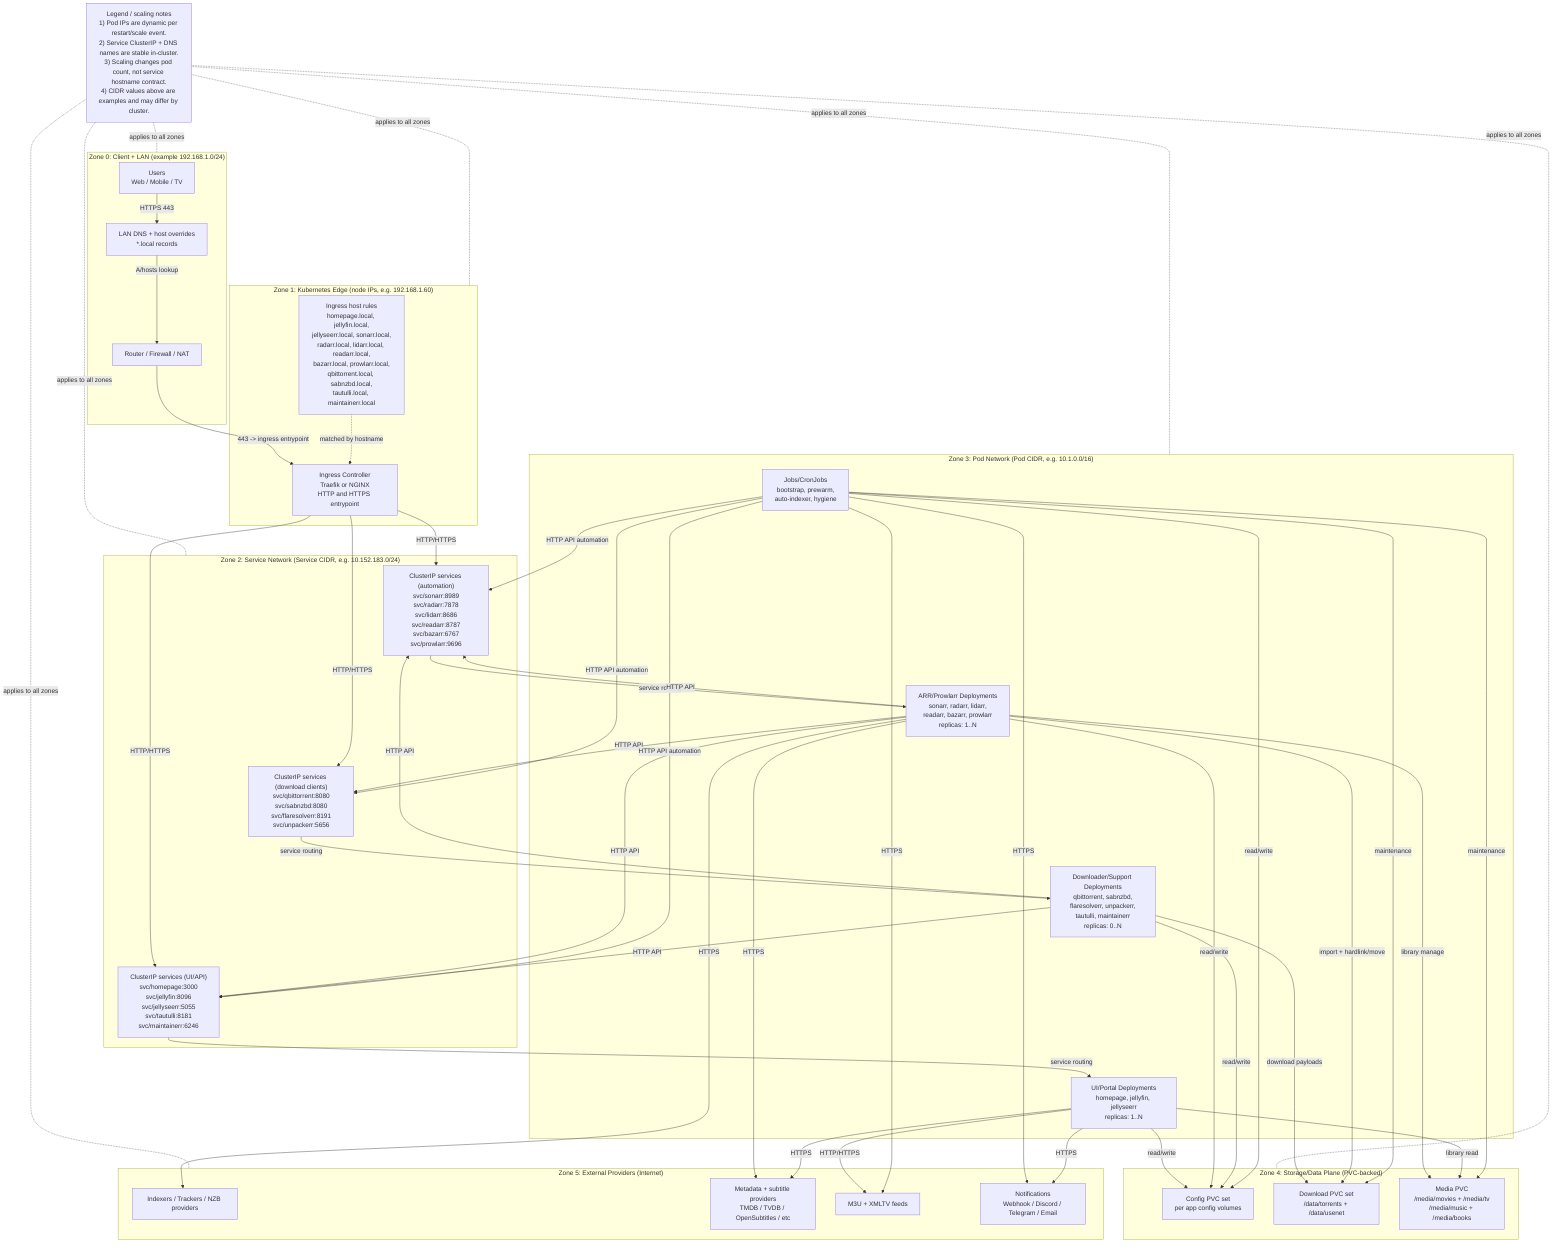
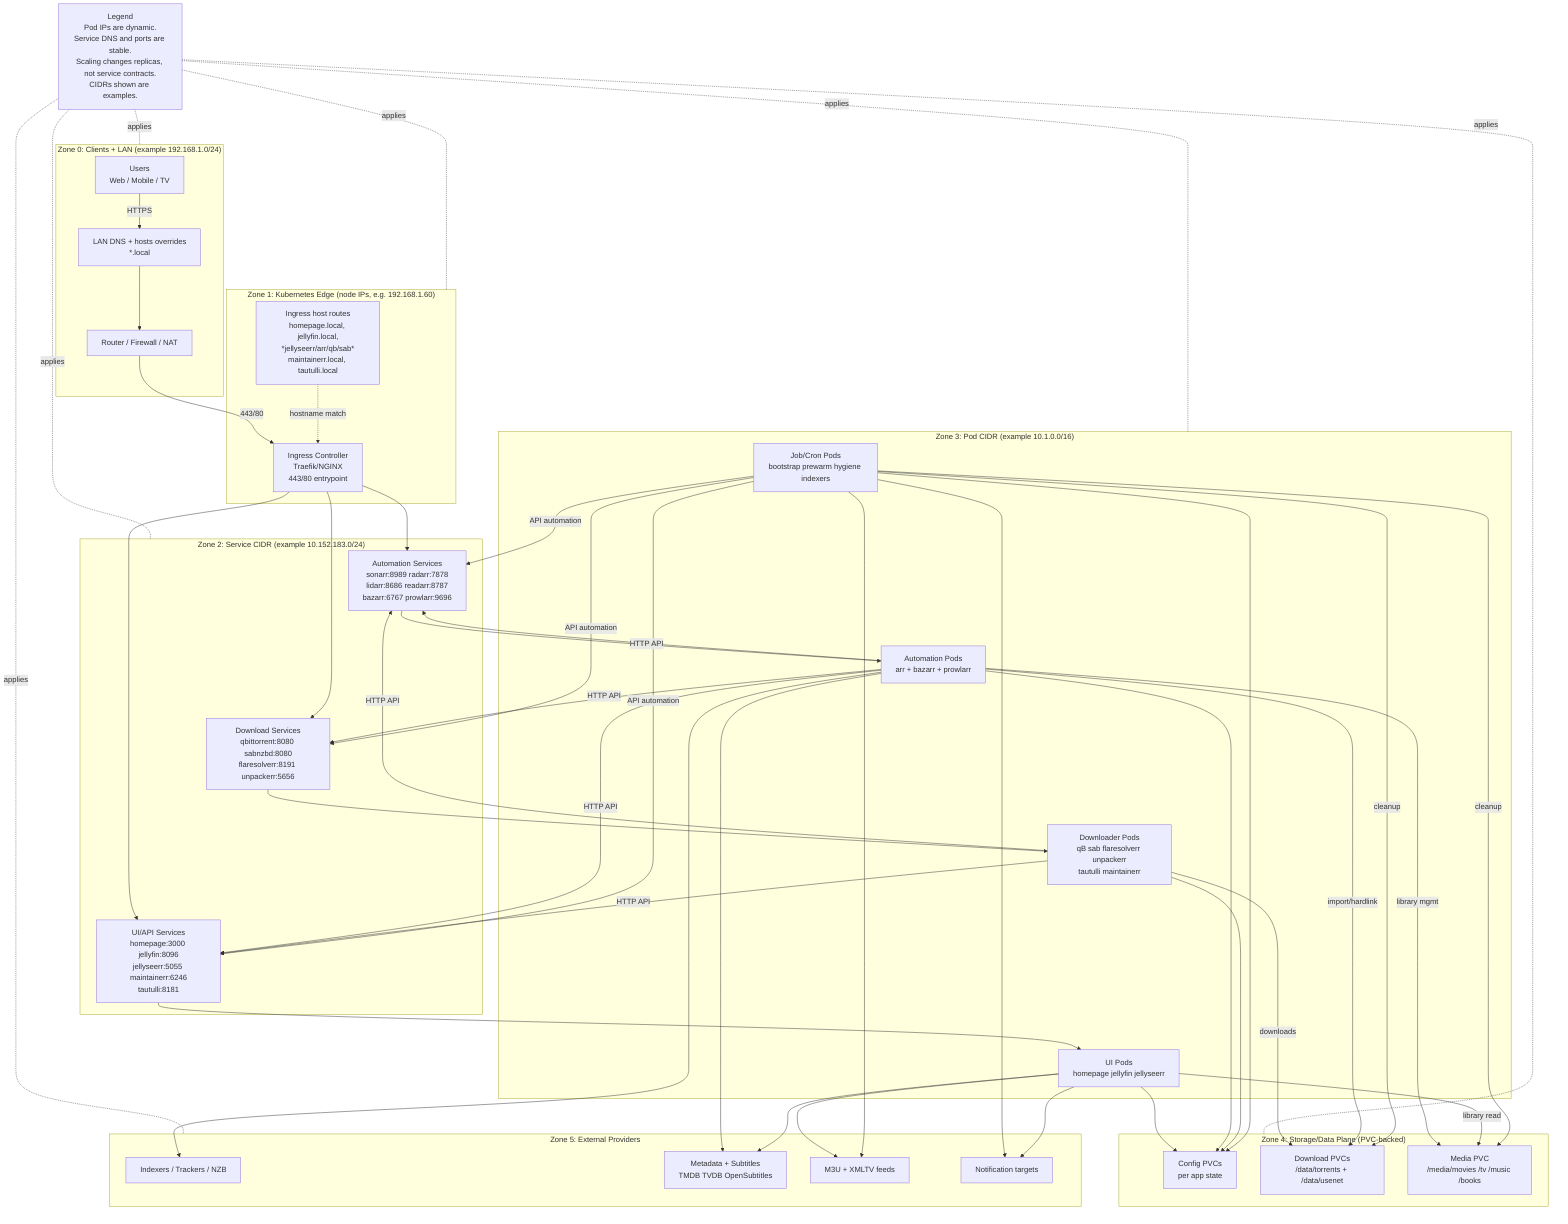
- flowchart TB
-   subgraph Z0["Zone 0: Client + LAN (example 192.168.1.0/24)"]
+ flowchart TD
+   subgraph Z0["Zone 0: Clients + LAN (example 192.168.1.0/24)"]
    U["Users\nWeb / Mobile / TV"]
-     DNS["LAN DNS + host overrides\n*.local records"]
+     DNS["LAN DNS + hosts overrides\n*.local"]
    FW["Router / Firewall / NAT"]
  end

  subgraph Z1["Zone 1: Kubernetes Edge (node IPs, e.g. 192.168.1.60)"]
-     INGR["Ingress Controller\nTraefik or NGINX\nHTTP and HTTPS entrypoint"]
-     HOSTS["Ingress host rules\nhomepage.local, jellyfin.local,\njellyseerr.local, sonarr.local,\nradarr.local, lidarr.local, readarr.local,\nbazarr.local, prowlarr.local,\nqbittorrent.local, sabnzbd.local,\ntautulli.local, maintainerr.local"]
+     INGR["Ingress Controller\nTraefik/NGINX\n443/80 entrypoint"]
+     HOSTS["Ingress host routes\nhomepage.local, jellyfin.local,\n*jellyseerr/arr/qb/sab*\nmaintainerr.local, tautulli.local"]
  end

-   subgraph Z2["Zone 2: Service Network (Service CIDR, e.g. 10.152.183.0/24)"]
-     S_UI["ClusterIP services (UI/API)\nsvc/homepage:3000\nsvc/jellyfin:8096\nsvc/jellyseerr:5055\nsvc/tautulli:8181\nsvc/maintainerr:6246"]
-     S_STACK["ClusterIP services (automation)\nsvc/sonarr:8989\nsvc/radarr:7878\nsvc/lidarr:8686\nsvc/readarr:8787\nsvc/bazarr:6767\nsvc/prowlarr:9696"]
-     S_DL["ClusterIP services (download clients)\nsvc/qbittorrent:8080\nsvc/sabnzbd:8080\nsvc/flaresolverr:8191\nsvc/unpackerr:5656"]
+   subgraph Z2["Zone 2: Service CIDR (example 10.152.183.0/24)"]
+     S_UI["UI/API Services\nhomepage:3000 jellyfin:8096\njellyseerr:5055 maintainerr:6246\ntautulli:8181"]
+     S_AUT["Automation Services\nsonarr:8989 radarr:7878\nlidarr:8686 readarr:8787\nbazarr:6767 prowlarr:9696"]
+     S_DL["Download Services\nqbittorrent:8080 sabnzbd:8080\nflaresolverr:8191 unpackerr:5656"]
  end

-   subgraph Z3["Zone 3: Pod Network (Pod CIDR, e.g. 10.1.0.0/16)"]
-     P_UI["UI/Portal Deployments\nhomepage, jellyfin, jellyseerr\nreplicas: 1..N"]
-     P_ARR["ARR/Prowlarr Deployments\nsonarr, radarr, lidarr,\nreadarr, bazarr, prowlarr\nreplicas: 1..N"]
-     P_DL["Downloader/Support Deployments\nqbittorrent, sabnzbd,\nflaresolverr, unpackerr,\ntautulli, maintainerr\nreplicas: 0..N"]
-     P_JOB["Jobs/CronJobs\nbootstrap, prewarm,\nauto-indexer, hygiene"]
+   subgraph Z3["Zone 3: Pod CIDR (example 10.1.0.0/16)"]
+     P_UI["UI Pods\nhomepage jellyfin jellyseerr"]
+     P_AUT["Automation Pods\narr + bazarr + prowlarr"]
+     P_DL["Downloader Pods\nqB sab flaresolverr unpackerr\ntautulli maintainerr"]
+     P_JOB["Job/Cron Pods\nbootstrap prewarm hygiene indexers"]
  end

  subgraph Z4["Zone 4: Storage/Data Plane (PVC-backed)"]
-     PVC_CFG["Config PVC set\nper app config volumes"]
-     PVC_DATA["Download PVC set\n/data/torrents + /data/usenet"]
-     PVC_MEDIA["Media PVC\n/media/movies + /media/tv\n/media/music + /media/books"]
+     PVC_CFG["Config PVCs\nper app state"]
+     PVC_DATA["Download PVCs\n/data/torrents + /data/usenet"]
+     PVC_MEDIA["Media PVC\n/media/movies /tv /music /books"]
  end

-   subgraph Z5["Zone 5: External Providers (Internet)"]
-     IDX["Indexers / Trackers / NZB providers"]
-     META["Metadata + subtitle providers\nTMDB / TVDB / OpenSubtitles / etc"]
+   subgraph Z5["Zone 5: External Providers"]
+     IDX["Indexers / Trackers / NZB"]
+     META["Metadata + Subtitles\nTMDB TVDB OpenSubtitles"]
    IPTV["M3U + XMLTV feeds"]
-     NTFY["Notifications\nWebhook / Discord / Telegram / Email"]
+     NTFY["Notification targets"]
  end

-   NOTE["Legend / scaling notes\n1) Pod IPs are dynamic per restart/scale event.\n2) Service ClusterIP + DNS names are stable in-cluster.\n3) Scaling changes pod count, not service hostname contract.\n4) CIDR values above are examples and may differ by cluster."]
+   LEG["Legend\nPod IPs are dynamic.\nService DNS and ports are stable.\nScaling changes replicas, not service contracts.\nCIDRs shown are examples."]

-   U -->|HTTPS 443| DNS
-   DNS -->|A/hosts lookup| FW
-   FW -->|443 -> ingress entrypoint| INGR
-   HOSTS -. matched by hostname .-> INGR
+   U -->|HTTPS| DNS --> FW -->|443/80| INGR
+   HOSTS -. hostname match .-> INGR

-   INGR -->|HTTP/HTTPS| S_UI
-   INGR -->|HTTP/HTTPS| S_STACK
-   INGR -->|HTTP/HTTPS| S_DL
+   INGR --> S_UI
+   INGR --> S_AUT
+   INGR --> S_DL

-   S_UI -->|service routing| P_UI
-   S_STACK -->|service routing| P_ARR
-   S_DL -->|service routing| P_DL
+   S_UI --> P_UI
+   S_AUT --> P_AUT
+   S_DL --> P_DL

-   P_ARR -->|HTTP API| S_DL
-   P_ARR -->|HTTP API| S_STACK
-   P_ARR -->|HTTP API| S_UI
-   P_DL -->|HTTP API| S_STACK
+   P_AUT -->|HTTP API| S_DL
+   P_AUT -->|HTTP API| S_AUT
+   P_AUT -->|HTTP API| S_UI
+   P_DL -->|HTTP API| S_AUT
  P_DL -->|HTTP API| S_UI
-   P_JOB -->|HTTP API automation| S_UI
-   P_JOB -->|HTTP API automation| S_STACK
-   P_JOB -->|HTTP API automation| S_DL
+   P_JOB -->|API automation| S_UI
+   P_JOB -->|API automation| S_AUT
+   P_JOB -->|API automation| S_DL

-   P_UI -->|read/write| PVC_CFG
-   P_ARR -->|read/write| PVC_CFG
-   P_DL -->|read/write| PVC_CFG
-   P_JOB -->|read/write| PVC_CFG
+   P_UI --> PVC_CFG
+   P_AUT --> PVC_CFG
+   P_DL --> PVC_CFG
+   P_JOB --> PVC_CFG

-   P_DL -->|download payloads| PVC_DATA
-   P_ARR -->|import + hardlink/move| PVC_DATA
-   P_ARR -->|library manage| PVC_MEDIA
+   P_DL -->|downloads| PVC_DATA
+   P_AUT -->|import/hardlink| PVC_DATA
+   P_AUT -->|library mgmt| PVC_MEDIA
  P_UI -->|library read| PVC_MEDIA
-   P_JOB -->|maintenance| PVC_DATA
-   P_JOB -->|maintenance| PVC_MEDIA
+   P_JOB -->|cleanup| PVC_DATA
+   P_JOB -->|cleanup| PVC_MEDIA

-   P_ARR -->|HTTPS| IDX
-   P_ARR -->|HTTPS| META
-   P_UI -->|HTTPS| META
-   P_UI -->|HTTP/HTTPS| IPTV
-   P_JOB -->|HTTPS| IPTV
-   P_JOB -->|HTTPS| NTFY
-   P_UI -->|HTTPS| NTFY
+   P_AUT --> IDX
+   P_AUT --> META
+   P_UI --> META
+   P_UI --> IPTV
+   P_JOB --> IPTV
+   P_JOB --> NTFY
+   P_UI --> NTFY

-   NOTE -. applies to all zones .- Z0
-   NOTE -. applies to all zones .- Z1
-   NOTE -. applies to all zones .- Z2
-   NOTE -. applies to all zones .- Z3
-   NOTE -. applies to all zones .- Z4
-   NOTE -. applies to all zones .- Z5
+   LEG -. applies .- Z0
+   LEG -. applies .- Z1
+   LEG -. applies .- Z2
+   LEG -. applies .- Z3
+   LEG -. applies .- Z4
+   LEG -. applies .- Z5
